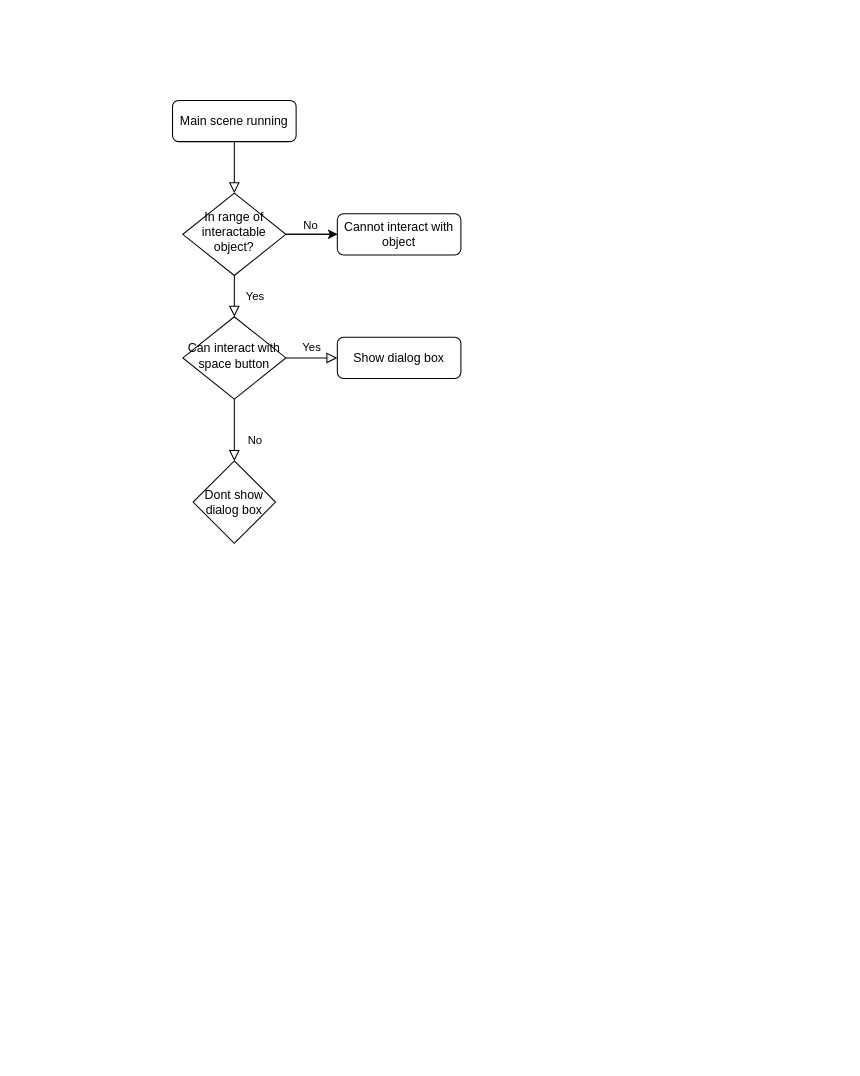
Above: Untitled Diagram.drawio in TristanGavina/CSC3-Tristan-Gavina-AS-91901 (draw.io), before the change. Source tidied: cells renumbered, new cells numbered last; positions are measured from the earlier drawing's top-left corner, leaving out a move shared by most shapes. Both pictures are drawn from the tidied source at 103%, with x=0, y=0 at pixel (172, 100).
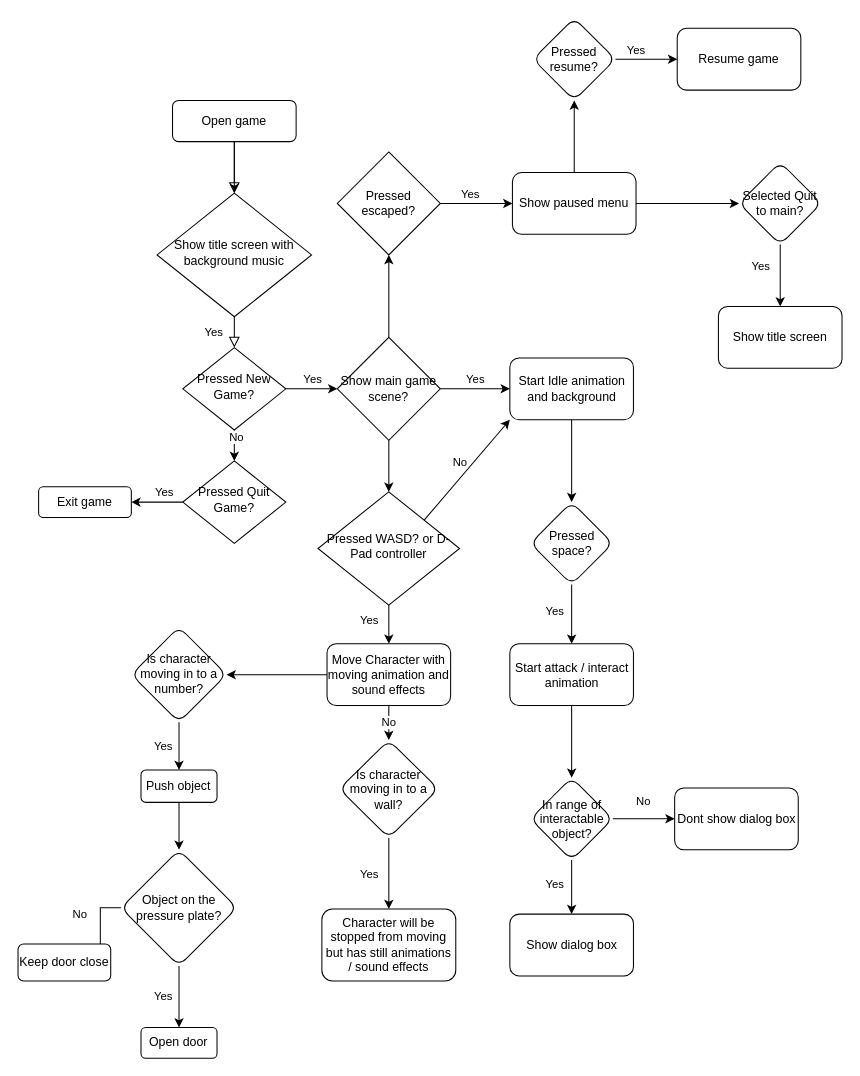
Above is the later version.

Commit message:
OSC Math adventures Flowchart

Diff of the diagram source:
```diff
@@
+    <mxCell id="15" style="edgeStyle=orthogonalEdgeStyle;rounded=0;jettySize=auto;html=1;" parent="1" edge="1" source="3" target="6">
+      <mxGeometry relative="1" as="geometry" />
+    </mxCell>
-    <mxCell id="3" value="Main scene running" style="rounded=1;whiteSpace=wrap;html=1;fontSize=12;glass=0;strokeWidth=1;shadow=0;" parent="1" vertex="1">
+    <mxCell id="3" value="Open game" style="rounded=1;whiteSpace=wrap;html=1;fontSize=12;glass=0;strokeWidth=1;shadow=0;" parent="1" vertex="1">
       <mxGeometry width="120" height="40" as="geometry" />
     </mxCell>
@@
-    <mxCell id="5" style="edgeStyle=orthogonalEdgeStyle;rounded=0;jettySize=auto;html=1;" parent="1" edge="1" source="6" target="14">
-      <mxGeometry relative="1" as="geometry" />
-    </mxCell>
-    <mxCell id="6" value="In range of interactable object?" style="rhombus;whiteSpace=wrap;html=1;shadow=0;fontFamily=Helvetica;fontSize=12;align=center;strokeWidth=1;spacing=6;spacingTop=-4;" parent="1" vertex="1">
-      <mxGeometry x="10" y="90" width="100" height="80" as="geometry" />
+    <mxCell id="6" value="Show title screen with background music" style="rhombus;whiteSpace=wrap;html=1;shadow=0;fontFamily=Helvetica;fontSize=12;align=center;strokeWidth=1;spacing=6;spacingTop=-4;" parent="1" vertex="1">
+      <mxGeometry x="-15" y="90" width="150" height="120" as="geometry" />
     </mxCell>
-    <mxCell id="7" value="No" style="rounded=0;html=1;jettySize=auto;fontSize=11;endArrow=block;endFill=0;endSize=8;strokeWidth=1;shadow=0;labelBackgroundColor=none;edgeStyle=orthogonalEdgeStyle;" parent="1" edge="1" source="9">
-      <mxGeometry x="0.33" y="20" relative="1" as="geometry">
-        <mxPoint x="60" y="350" as="targetPoint" />
-      </mxGeometry>
-    </mxCell>
-    <mxCell id="8" value="Yes" style="edgeStyle=orthogonalEdgeStyle;rounded=0;html=1;jettySize=auto;fontSize=11;endArrow=block;endFill=0;endSize=8;strokeWidth=1;shadow=0;labelBackgroundColor=none;" parent="1" edge="1" source="9" target="10">
-      <mxGeometry y="10" relative="1" as="geometry" />
-    </mxCell>
+    <mxCell id="16" style="edgeStyle=orthogonalEdgeStyle;rounded=0;jettySize=auto;html=1;" parent="1" edge="1" source="9" target="11">
+      <mxGeometry relative="1" as="geometry" />
+    </mxCell>
+    <mxCell id="17" value="Yes&lt;br&gt;" style="edgeLabel;html=1;align=center;verticalAlign=middle;" parent="16" vertex="1">
+      <mxGeometry x="0.08" relative="1" as="geometry">
+        <mxPoint x="-2" y="-10" as="offset" />
+      </mxGeometry>
+    </mxCell>
+    <mxCell id="18" style="edgeStyle=orthogonalEdgeStyle;rounded=0;jettySize=auto;html=1;" parent="1" edge="1" source="9" target="48">
+      <mxGeometry relative="1" as="geometry" />
+    </mxCell>
+    <mxCell id="19" value="No" style="edgeLabel;html=1;align=center;verticalAlign=middle;" parent="18" vertex="1">
+      <mxGeometry x="-0.02" y="-1" relative="1" as="geometry">
+        <mxPoint y="-9" as="offset" />
+      </mxGeometry>
+    </mxCell>
-    <mxCell id="9" value="Can interact with space button" style="rhombus;whiteSpace=wrap;html=1;shadow=0;fontFamily=Helvetica;fontSize=12;align=center;strokeWidth=1;spacing=6;spacingTop=-4;" parent="1" vertex="1">
-      <mxGeometry x="10" y="210" width="100" height="80" as="geometry" />
+    <mxCell id="9" value="Pressed New Game?" style="rhombus;whiteSpace=wrap;html=1;shadow=0;fontFamily=Helvetica;fontSize=12;align=center;strokeWidth=1;spacing=6;spacingTop=-4;" parent="1" vertex="1">
+      <mxGeometry x="10" y="240" width="100" height="80" as="geometry" />
     </mxCell>
+    <mxCell id="20" style="edgeStyle=orthogonalEdgeStyle;rounded=0;jettySize=auto;html=1;" parent="1" edge="1" source="11" target="26">
+      <mxGeometry relative="1" as="geometry" />
+    </mxCell>
+    <mxCell id="21" style="edgeStyle=orthogonalEdgeStyle;rounded=0;jettySize=auto;html=1;" parent="1" edge="1" source="11" target="32">
+      <mxGeometry relative="1" as="geometry" />
+    </mxCell>
+    <mxCell id="22" value="Yes&lt;br&gt;" style="edgeLabel;html=1;align=center;verticalAlign=middle;" parent="21" vertex="1">
+      <mxGeometry x="-0.01" y="-1" relative="1" as="geometry">
+        <mxPoint y="-11" as="offset" />
+      </mxGeometry>
+    </mxCell>
+    <mxCell id="23" style="edgeStyle=orthogonalEdgeStyle;rounded=0;jettySize=auto;html=1;" parent="1" edge="1" source="11" target="65">
+      <mxGeometry relative="1" as="geometry" />
+    </mxCell>
+    <mxCell id="11" value="Show main game scene?" style="rhombus;whiteSpace=wrap;html=1;" parent="1" vertex="1">
+      <mxGeometry x="160" y="230" width="100" height="100" as="geometry" />
+    </mxCell>
+    <mxCell id="24" style="edgeStyle=orthogonalEdgeStyle;rounded=0;jettySize=auto;html=1;" parent="1" edge="1" source="26" target="30">
+      <mxGeometry relative="1" as="geometry" />
+    </mxCell>
+    <mxCell id="25" value="Yes" style="edgeLabel;html=1;align=center;verticalAlign=middle;" parent="24" vertex="1">
+      <mxGeometry x="-0.1" y="1" relative="1" as="geometry">
+        <mxPoint x="-21" y="-2" as="offset" />
+      </mxGeometry>
+    </mxCell>
+    <mxCell id="26" value="Pressed WASD? or D-Pad controller" style="rhombus;whiteSpace=wrap;html=1;shadow=0;fontFamily=Helvetica;fontSize=12;align=center;strokeWidth=1;spacing=6;spacingTop=-4;" parent="1" vertex="1">
+      <mxGeometry x="141.2" y="380" width="137.5" height="110" as="geometry" />
+    </mxCell>
+    <mxCell id="27" style="edgeStyle=orthogonalEdgeStyle;rounded=0;jettySize=auto;html=1;" parent="1" edge="1" source="30" target="47">
+      <mxGeometry relative="1" as="geometry" />
+    </mxCell>
+    <mxCell id="28" value="No" style="edgeLabel;html=1;align=center;verticalAlign=middle;" parent="27" vertex="1">
+      <mxGeometry x="0.23" y="-1" relative="1" as="geometry" />
+    </mxCell>
+    <mxCell id="29" style="edgeStyle=orthogonalEdgeStyle;rounded=0;jettySize=auto;html=1;" parent="1" edge="1" source="30" target="53">
+      <mxGeometry relative="1" as="geometry" />
+    </mxCell>
+    <mxCell id="30" value="Move Character with moving animation and sound effects" style="rounded=1;whiteSpace=wrap;html=1;" parent="1" vertex="1">
+      <mxGeometry x="150" y="527.5" width="120" height="60" as="geometry" />
+    </mxCell>
+    <mxCell id="31" style="edgeStyle=orthogonalEdgeStyle;rounded=0;jettySize=auto;html=1;" parent="1" edge="1" source="32" target="37">
+      <mxGeometry relative="1" as="geometry" />
+    </mxCell>
+    <mxCell id="32" value="Start Idle animation and background" style="rounded=1;whiteSpace=wrap;html=1;" parent="1" vertex="1">
+      <mxGeometry x="327.5" y="250" width="120" height="60" as="geometry" />
+    </mxCell>
+    <mxCell id="33" style="endArrow=classic;html=1;rounded=0;exitX=1;exitY=0;exitDx=0;exitDy=0;entryX=0;entryY=1;entryDx=0;entryDy=0;" parent="1" edge="1" source="26" target="32">
+      <mxGeometry relative="1" as="geometry" />
+    </mxCell>
+    <mxCell id="34" value="No" style="edgeLabel;html=1;align=center;verticalAlign=middle;" parent="33" vertex="1">
+      <mxGeometry x="-0.02" y="-1" relative="1" as="geometry">
+        <mxPoint x="-7" y="-10" as="offset" />
+      </mxGeometry>
+    </mxCell>
+    <mxCell id="35" style="edgeStyle=orthogonalEdgeStyle;rounded=0;jettySize=auto;html=1;" parent="1" edge="1" source="37" target="39">
+      <mxGeometry relative="1" as="geometry" />
+    </mxCell>
+    <mxCell id="36" value="Yes" style="edgeLabel;html=1;align=center;verticalAlign=middle;" parent="35" vertex="1">
+      <mxGeometry x="-0.13" y="-1" relative="1" as="geometry">
+        <mxPoint x="-16" as="offset" />
+      </mxGeometry>
+    </mxCell>
+    <mxCell id="37" value="Pressed space?" style="rhombus;whiteSpace=wrap;html=1;rounded=1;" parent="1" vertex="1">
+      <mxGeometry x="347.5" y="390" width="80" height="80" as="geometry" />
+    </mxCell>
+    <mxCell id="38" style="edgeStyle=orthogonalEdgeStyle;rounded=0;jettySize=auto;html=1;" parent="1" edge="1" source="39" target="44">
+      <mxGeometry relative="1" as="geometry" />
+    </mxCell>
+    <mxCell id="39" value="Start attack / interact animation" style="whiteSpace=wrap;html=1;rounded=1;" parent="1" vertex="1">
+      <mxGeometry x="327.5" y="527.5" width="120" height="60" as="geometry" />
+    </mxCell>
+    <mxCell id="40" style="edgeStyle=orthogonalEdgeStyle;rounded=0;jettySize=auto;html=1;" parent="1" edge="1" source="44" target="10">
+      <mxGeometry relative="1" as="geometry" />
+    </mxCell>
+    <mxCell id="41" value="Yes" style="edgeLabel;html=1;align=center;verticalAlign=middle;" parent="40" vertex="1">
+      <mxGeometry x="0.18" y="-2" relative="1" as="geometry">
+        <mxPoint x="-15" y="-8" as="offset" />
+      </mxGeometry>
+    </mxCell>
+    <mxCell id="42" style="edgeStyle=orthogonalEdgeStyle;rounded=0;jettySize=auto;html=1;" parent="1" edge="1" source="44" target="49">
+      <mxGeometry relative="1" as="geometry" />
+    </mxCell>
+    <mxCell id="43" value="No" style="edgeLabel;html=1;align=center;verticalAlign=middle;" parent="42" vertex="1">
+      <mxGeometry x="-0.04" y="3" relative="1" as="geometry">
+        <mxPoint y="-14" as="offset" />
+      </mxGeometry>
+    </mxCell>
+    <mxCell id="44" value="In range of interactable object?" style="rhombus;whiteSpace=wrap;html=1;rounded=1;" parent="1" vertex="1">
+      <mxGeometry x="347.5" y="657.5" width="80" height="80" as="geometry" />
+    </mxCell>
+    <mxCell id="45" style="edgeStyle=orthogonalEdgeStyle;rounded=0;jettySize=auto;html=1;" parent="1" edge="1" source="47" target="50">
+      <mxGeometry relative="1" as="geometry" />
+    </mxCell>
+    <mxCell id="46" value="Yes" style="edgeLabel;html=1;align=center;verticalAlign=middle;" parent="45" vertex="1">
+      <mxGeometry x="-0.39" y="2" relative="1" as="geometry">
+        <mxPoint x="-22" y="13" as="offset" />
+      </mxGeometry>
+    </mxCell>
+    <mxCell id="47" value="Is character moving in to a wall?" style="rhombus;whiteSpace=wrap;html=1;rounded=1;" parent="1" vertex="1">
+      <mxGeometry x="161.9" y="621" width="96.2" height="95" as="geometry" />
+    </mxCell>
+    <mxCell id="48" value="Pressed Quit Game?" style="rhombus;whiteSpace=wrap;html=1;shadow=0;fontFamily=Helvetica;fontSize=12;align=center;strokeWidth=1;spacing=6;spacingTop=-4;" parent="1" vertex="1">
+      <mxGeometry x="10" y="350" width="100" height="80" as="geometry" />
+    </mxCell>
-    <mxCell id="10" value="Show dialog box" style="rounded=1;whiteSpace=wrap;html=1;fontSize=12;glass=0;strokeWidth=1;shadow=0;" parent="1" vertex="1">
-      <mxGeometry x="160" y="230" width="120" height="40" as="geometry" />
+    <mxCell id="10" value="Show dialog box" style="whiteSpace=wrap;html=1;rounded=1;" parent="1" vertex="1">
+      <mxGeometry x="327.5" y="790" width="120" height="60" as="geometry" />
     </mxCell>
-    <mxCell id="11" value="Dont show dialog box" style="rhombus;whiteSpace=wrap;html=1;" parent="1" vertex="1">
-      <mxGeometry x="20" y="350" width="80" height="80" as="geometry" />
-    </mxCell>
-    <mxCell id="12" style="endArrow=classic;html=1;rounded=0;exitX=1;exitY=0.5;exitDx=0;exitDy=0;" parent="1" edge="1" source="6">
-      <mxGeometry relative="1" as="geometry">
-        <mxPoint x="160" y="130" as="targetPoint" />
-      </mxGeometry>
-    </mxCell>
-    <mxCell id="13" value="No" style="edgeLabel;html=1;align=center;verticalAlign=middle;" parent="12" vertex="1">
-      <mxGeometry x="-0.08" y="6" relative="1" as="geometry">
-        <mxPoint y="-4" as="offset" />
-      </mxGeometry>
-    </mxCell>
-    <mxCell id="14" value="Cannot interact with object" style="rounded=1;whiteSpace=wrap;html=1;fontSize=12;glass=0;strokeWidth=1;shadow=0;" parent="1" vertex="1">
-      <mxGeometry x="160" y="110" width="120" height="40" as="geometry" />
-    </mxCell>
+    <mxCell id="49" value="Dont show dialog box" style="whiteSpace=wrap;html=1;rounded=1;" parent="1" vertex="1">
+      <mxGeometry x="487.5" y="667.5" width="120" height="60" as="geometry" />
+    </mxCell>
+    <mxCell id="50" value="Character will be stopped from moving but has still animations / sound effects" style="whiteSpace=wrap;html=1;rounded=1;" parent="1" vertex="1">
+      <mxGeometry x="145" y="785" width="130" height="70" as="geometry" />
+    </mxCell>
+    <mxCell id="51" style="edgeStyle=orthogonalEdgeStyle;rounded=0;jettySize=auto;html=1;" parent="1" edge="1" source="53" target="55">
+      <mxGeometry relative="1" as="geometry" />
+    </mxCell>
+    <mxCell id="52" value="Yes" style="edgeLabel;html=1;align=center;verticalAlign=middle;" parent="51" vertex="1">
+      <mxGeometry x="-0.02" relative="1" as="geometry">
+        <mxPoint x="-16" as="offset" />
+      </mxGeometry>
+    </mxCell>
+    <mxCell id="53" value="Is character moving in to a number?" style="rhombus;whiteSpace=wrap;html=1;rounded=1;" parent="1" vertex="1">
+      <mxGeometry x="-40" y="511.2" width="92.5" height="92.5" as="geometry" />
+    </mxCell>
+    <mxCell id="54" style="edgeStyle=orthogonalEdgeStyle;rounded=0;jettySize=auto;html=1;" parent="1" edge="1" source="55" target="60">
+      <mxGeometry relative="1" as="geometry" />
+    </mxCell>
+    <mxCell id="55" value="Push object" style="whiteSpace=wrap;html=1;rounded=1;" parent="1" vertex="1">
+      <mxGeometry x="-30.6" y="650" width="73.8" height="31.5" as="geometry" />
+    </mxCell>
+    <mxCell id="56" style="edgeStyle=orthogonalEdgeStyle;rounded=0;jettySize=auto;html=1;" parent="1" edge="1" source="60" target="61">
+      <mxGeometry relative="1" as="geometry" />
+    </mxCell>
+    <mxCell id="57" value="Yes" style="edgeLabel;html=1;align=center;verticalAlign=middle;" parent="56" vertex="1">
+      <mxGeometry x="-0.04" y="2" relative="1" as="geometry">
+        <mxPoint x="-18" as="offset" />
+      </mxGeometry>
+    </mxCell>
+    <mxCell id="58" style="edgeStyle=orthogonalEdgeStyle;rounded=0;jettySize=auto;html=1;" parent="1" edge="1" source="60" target="62">
+      <mxGeometry relative="1" as="geometry" />
+    </mxCell>
+    <mxCell id="59" value="No" style="edgeLabel;html=1;align=center;verticalAlign=middle;" parent="58" vertex="1">
+      <mxGeometry x="-0.24" y="-1" relative="1" as="geometry">
+        <mxPoint x="-19" y="-2" as="offset" />
+      </mxGeometry>
+    </mxCell>
+    <mxCell id="60" value="Object on the pressure plate?" style="rhombus;whiteSpace=wrap;html=1;rounded=1;" parent="1" vertex="1">
+      <mxGeometry x="-50.1" y="727.5" width="112.8" height="112.8" as="geometry" />
+    </mxCell>
+    <mxCell id="61" value="Open door" style="whiteSpace=wrap;html=1;rounded=1;" parent="1" vertex="1">
+      <mxGeometry x="-30.6" y="900" width="73.8" height="30" as="geometry" />
+    </mxCell>
+    <mxCell id="62" value="Keep door close" style="whiteSpace=wrap;html=1;rounded=1;" parent="1" vertex="1">
+      <mxGeometry x="-150" y="818.9" width="90" height="36.1" as="geometry" />
+    </mxCell>
+    <mxCell id="63" style="edgeStyle=orthogonalEdgeStyle;rounded=0;jettySize=auto;html=1;" parent="1" edge="1" source="65" target="68">
+      <mxGeometry relative="1" as="geometry" />
+    </mxCell>
+    <mxCell id="64" value="Yes" style="edgeLabel;html=1;align=center;verticalAlign=middle;" parent="63" vertex="1">
+      <mxGeometry x="-0.16" y="1" relative="1" as="geometry">
+        <mxPoint x="-1" y="-9" as="offset" />
+      </mxGeometry>
+    </mxCell>
+    <mxCell id="65" value="Pressed escaped?" style="rhombus;whiteSpace=wrap;html=1;" parent="1" vertex="1">
+      <mxGeometry x="160" y="50" width="100" height="100" as="geometry" />
+    </mxCell>
+    <mxCell id="66" style="edgeStyle=orthogonalEdgeStyle;rounded=0;jettySize=auto;html=1;" parent="1" edge="1" source="68" target="71">
+      <mxGeometry relative="1" as="geometry" />
+    </mxCell>
+    <mxCell id="67" style="edgeStyle=orthogonalEdgeStyle;rounded=0;jettySize=auto;html=1;" parent="1" edge="1" source="68" target="75">
+      <mxGeometry relative="1" as="geometry" />
+    </mxCell>
+    <mxCell id="68" value="Show paused menu" style="rounded=1;whiteSpace=wrap;html=1;" parent="1" vertex="1">
+      <mxGeometry x="330" y="70" width="120" height="60" as="geometry" />
+    </mxCell>
+    <mxCell id="69" style="edgeStyle=orthogonalEdgeStyle;rounded=0;jettySize=auto;html=1;" parent="1" edge="1" source="71" target="72">
+      <mxGeometry relative="1" as="geometry" />
+    </mxCell>
+    <mxCell id="70" value="Yes" style="edgeLabel;html=1;align=center;verticalAlign=middle;" parent="69" vertex="1">
+      <mxGeometry x="-0.39" y="1" relative="1" as="geometry">
+        <mxPoint x="1" y="-9" as="offset" />
+      </mxGeometry>
+    </mxCell>
+    <mxCell id="71" value="Pressed resume?" style="rhombus;whiteSpace=wrap;html=1;rounded=1;" parent="1" vertex="1">
+      <mxGeometry x="350" y="-80" width="80" height="80" as="geometry" />
+    </mxCell>
+    <mxCell id="72" value="Resume game" style="whiteSpace=wrap;html=1;rounded=1;" parent="1" vertex="1">
+      <mxGeometry x="490" y="-70" width="120" height="60" as="geometry" />
+    </mxCell>
+    <mxCell id="73" style="edgeStyle=orthogonalEdgeStyle;rounded=0;jettySize=auto;html=1;" parent="1" edge="1" source="75" target="79">
+      <mxGeometry relative="1" as="geometry" />
+    </mxCell>
+    <mxCell id="74" value="Yes" style="edgeLabel;html=1;align=center;verticalAlign=middle;" parent="73" vertex="1">
+      <mxGeometry x="-0.55" y="-4" relative="1" as="geometry">
+        <mxPoint x="-16" y="7" as="offset" />
+      </mxGeometry>
+    </mxCell>
+    <mxCell id="75" value="Selected Quit to main?" style="rhombus;whiteSpace=wrap;html=1;rounded=1;" parent="1" vertex="1">
+      <mxGeometry x="550" y="60" width="80" height="80" as="geometry" />
+    </mxCell>
+    <mxCell id="76" style="edgeStyle=orthogonalEdgeStyle;rounded=0;jettySize=auto;html=1;" parent="1" edge="1" source="48" target="78">
+      <mxGeometry relative="1" as="geometry" />
+    </mxCell>
+    <mxCell id="77" value="Yes" style="edgeLabel;html=1;align=center;verticalAlign=middle;" parent="76" vertex="1">
+      <mxGeometry x="-0.26" y="-1" relative="1" as="geometry">
+        <mxPoint y="-9" as="offset" />
+      </mxGeometry>
+    </mxCell>
+    <mxCell id="78" value="Exit game" style="rounded=1;whiteSpace=wrap;html=1;" parent="1" vertex="1">
+      <mxGeometry x="-130" y="375" width="90" height="30" as="geometry" />
+    </mxCell>
+    <mxCell id="79" value="Show title screen" style="whiteSpace=wrap;html=1;rounded=1;" parent="1" vertex="1">
+      <mxGeometry x="530" y="200" width="120" height="60" as="geometry" />
+    </mxCell>
```
